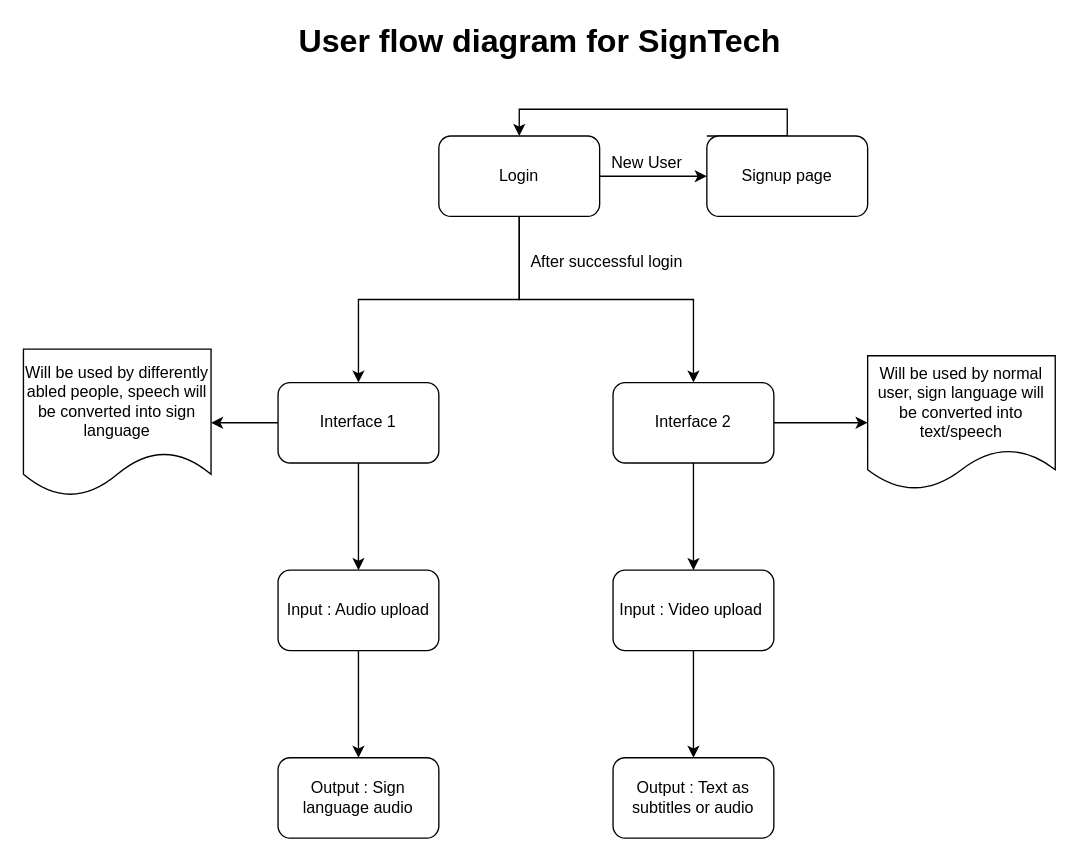
YatinBajajOP/SEPM keeps this draw.io diagram as page "User flow diagram" (5 of 6) of Sign language detection project SDLC.drawio. Above is the earlier version. Source tidied: cells renumbered, new cells numbered last; positions are measured from the earlier drawing's top-left corner, leaving out a move shared by most shapes. Both pictures are drawn from the tidied source at 134%, with x=0, y=0 at pixel (23, 28).
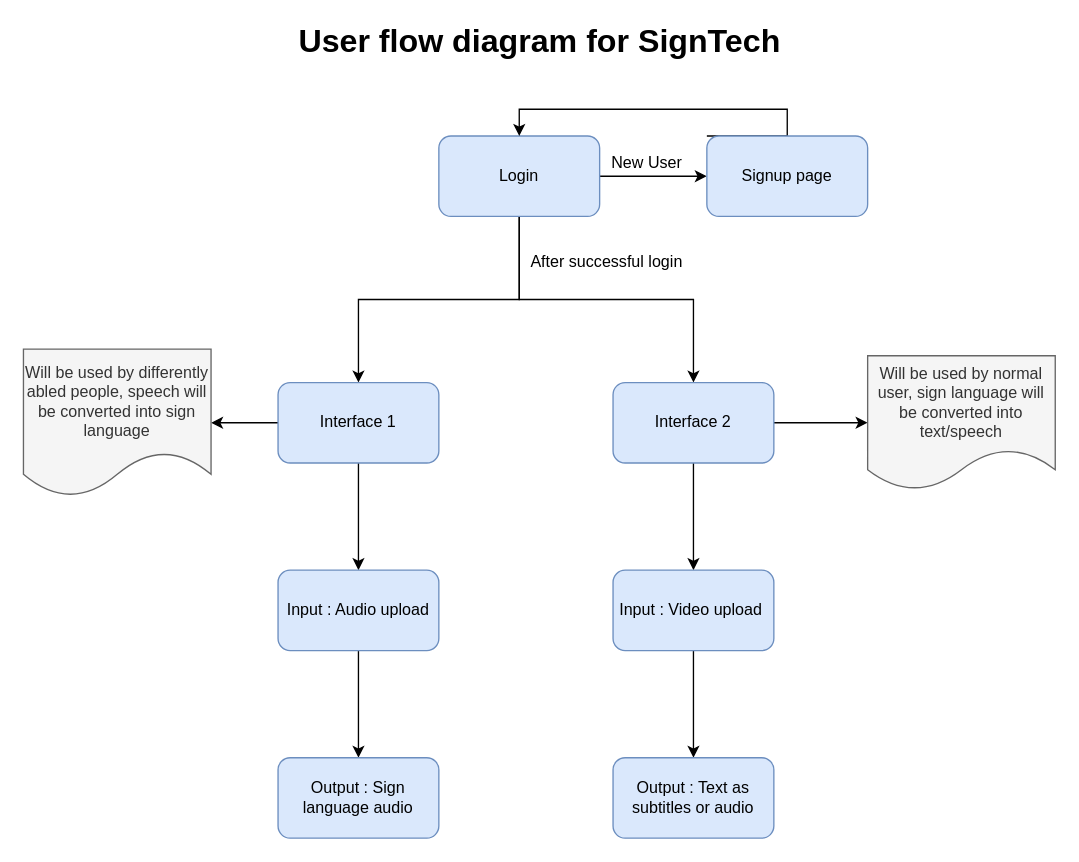
The same page after the edit.

Diff of the diagram source:
```diff
@@
-    <mxCell id="5" value="Login" style="rounded=1;whiteSpace=wrap;html=1;" parent="1" vertex="1">
+    <mxCell id="5" value="Login" style="rounded=1;whiteSpace=wrap;html=1;fillColor=#dae8fc;strokeColor=#6c8ebf;" parent="1" vertex="1">
       <mxGeometry x="310" y="80" width="120" height="60" as="geometry" />
     </mxCell>
@@
-    <mxCell id="8" value="Interface 1" style="rounded=1;whiteSpace=wrap;html=1;" parent="1" vertex="1">
+    <mxCell id="8" value="Interface 1" style="rounded=1;whiteSpace=wrap;html=1;fillColor=#dae8fc;strokeColor=#6c8ebf;" parent="1" vertex="1">
       <mxGeometry x="190" y="264" width="120" height="60" as="geometry" />
     </mxCell>
@@
-    <mxCell id="11" value="Interface 2" style="rounded=1;whiteSpace=wrap;html=1;" parent="1" vertex="1">
+    <mxCell id="11" value="Interface 2" style="rounded=1;whiteSpace=wrap;html=1;fillColor=#dae8fc;strokeColor=#6c8ebf;" parent="1" vertex="1">
       <mxGeometry x="440" y="264" width="120" height="60" as="geometry" />
     </mxCell>
-    <mxCell id="12" value="Will be used by differently abled people, speech will be converted into sign language" style="shape=document;whiteSpace=wrap;html=1;boundedLbl=1;rounded=1;" parent="1" vertex="1">
+    <mxCell id="12" value="Will be used by differently abled people, speech will be converted into sign language" style="shape=document;whiteSpace=wrap;html=1;boundedLbl=1;rounded=1;fillColor=#f5f5f5;fontColor=#333333;strokeColor=#666666;" parent="1" vertex="1">
       <mxGeometry y="239" width="140" height="110" as="geometry" />
     </mxCell>
-    <mxCell id="13" value="Will be used by normal user, sign language will be converted into text/speech" style="shape=document;whiteSpace=wrap;html=1;boundedLbl=1;rounded=1;" parent="1" vertex="1">
+    <mxCell id="13" value="Will be used by normal user, sign language will be converted into text/speech" style="shape=document;whiteSpace=wrap;html=1;boundedLbl=1;rounded=1;fillColor=#f5f5f5;fontColor=#333333;strokeColor=#666666;" parent="1" vertex="1">
       <mxGeometry x="630" y="244" width="140" height="100" as="geometry" />
     </mxCell>
@@
-    <mxCell id="15" value="Input : Audio upload" style="whiteSpace=wrap;html=1;rounded=1;" parent="1" vertex="1">
+    <mxCell id="15" value="Input : Audio upload" style="whiteSpace=wrap;html=1;rounded=1;fillColor=#dae8fc;strokeColor=#6c8ebf;" parent="1" vertex="1">
       <mxGeometry x="190" y="404" width="120" height="60" as="geometry" />
     </mxCell>
@@
-    <mxCell id="17" value="Input : Video upload&amp;nbsp;" style="whiteSpace=wrap;html=1;rounded=1;" parent="1" vertex="1">
+    <mxCell id="17" value="Input : Video upload&amp;nbsp;" style="whiteSpace=wrap;html=1;rounded=1;fillColor=#dae8fc;strokeColor=#6c8ebf;" parent="1" vertex="1">
       <mxGeometry x="440" y="404" width="120" height="60" as="geometry" />
     </mxCell>
-    <mxCell id="18" value="Output : Sign language audio" style="whiteSpace=wrap;html=1;rounded=1;" parent="1" vertex="1">
+    <mxCell id="18" value="Output : Sign language audio" style="whiteSpace=wrap;html=1;rounded=1;fillColor=#dae8fc;strokeColor=#6c8ebf;" parent="1" vertex="1">
       <mxGeometry x="190" y="544" width="120" height="60" as="geometry" />
     </mxCell>
-    <mxCell id="19" value="Output : Text as subtitles or audio" style="whiteSpace=wrap;html=1;rounded=1;" parent="1" vertex="1">
+    <mxCell id="19" value="Output : Text as subtitles or audio" style="whiteSpace=wrap;html=1;rounded=1;fillColor=#dae8fc;strokeColor=#6c8ebf;" parent="1" vertex="1">
       <mxGeometry x="440" y="544" width="120" height="60" as="geometry" />
     </mxCell>
@@
-    <mxCell id="23" value="Signup page" style="whiteSpace=wrap;html=1;rounded=1;" parent="1" vertex="1">
+    <mxCell id="23" value="Signup page" style="whiteSpace=wrap;html=1;rounded=1;fillColor=#dae8fc;strokeColor=#6c8ebf;" parent="1" vertex="1">
       <mxGeometry x="510" y="80" width="120" height="60" as="geometry" />
     </mxCell>
```
